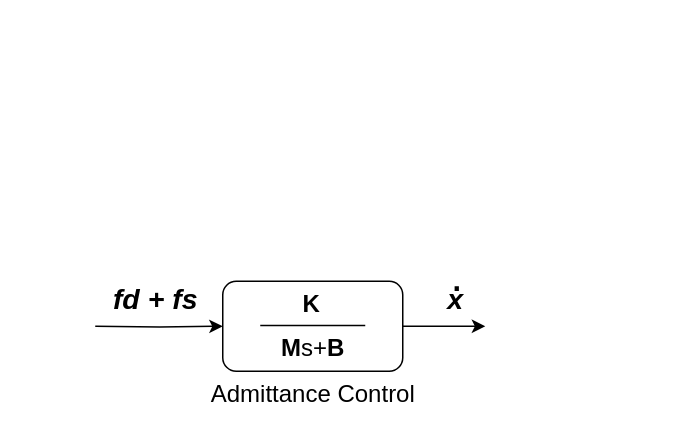
This is 009YiChan/Chan's thesis/Images/Original/admittance control.drawio from yichan0428/MS_thesis, a draw.io file, before an edit. Source tidied: cells renumbered, new cells numbered last; positions are measured from the earlier drawing's top-left corner, leaving out a move shared by most shapes. Both pictures are drawn from the tidied source at 150%, with x=0, y=0 at pixel (94, 244).
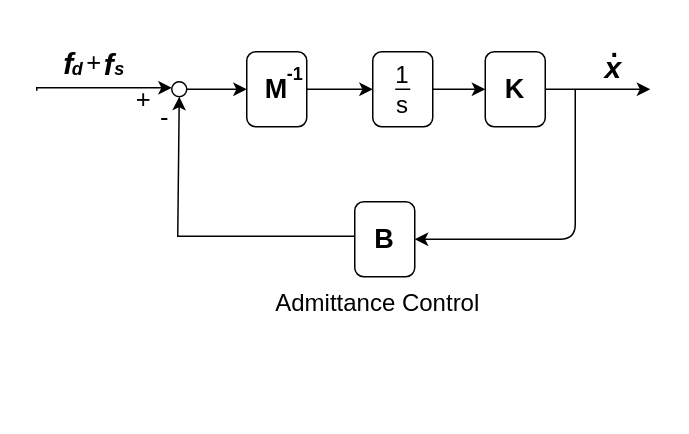
The same page after the edit.

Change to the diagram source:
```diff
@@
-    <mxCell id="2" style="edgeStyle=orthogonalEdgeStyle;rounded=0;jettySize=auto;html=1;exitX=1;exitY=0.5;exitDx=0;exitDy=0;" parent="1" edge="1" source="3">
-      <mxGeometry relative="1" as="geometry">
-        <mxPoint x="260" y="54" as="targetPoint" />
-      </mxGeometry>
-    </mxCell>
-    <mxCell id="3" style="rounded=1;whiteSpace=wrap;html=1;" parent="1" vertex="1">
-      <mxGeometry x="85" y="24" width="120" height="60" as="geometry" />
-    </mxCell>
-    <mxCell id="4" style="endArrow=none;html=1;" parent="1" edge="1">
-      <mxGeometry relative="1" as="geometry">
-        <mxPoint x="110" y="53.5" as="sourcePoint" />
-        <mxPoint x="180" y="53.5" as="targetPoint" />
-      </mxGeometry>
-    </mxCell>
-    <mxCell id="5" value="&lt;b style=&quot;font-size: 16px&quot;&gt;M&lt;/b&gt;&lt;span style=&quot;font-size: 16px&quot;&gt;s&lt;/span&gt;+&lt;b style=&quot;font-size: 16px&quot;&gt;B&lt;/b&gt;" style="text;html=1;align=center;verticalAlign=middle;strokeColor=none;fontSize=16;" parent="1" vertex="1">
-      <mxGeometry x="115" y="58" width="60" height="20" as="geometry" />
-    </mxCell>
-    <mxCell id="6" value="&lt;b&gt;K&lt;/b&gt;" style="text;html=1;align=center;verticalAlign=middle;points=[];strokeColor=none;fontSize=16;" parent="1" vertex="1">
-      <mxGeometry x="129.1" y="29" width="30" height="20" as="geometry" />
-    </mxCell>
     <mxCell id="7" value="Admittance Control" style="text;html=1;align=center;verticalAlign=middle;strokeColor=none;fontSize=16;" parent="1" vertex="1">
-      <mxGeometry x="70" y="89" width="150" height="20" as="geometry" />
+      <mxGeometry x="113" y="28" width="150" height="20" as="geometry" />
     </mxCell>
-    <mxCell id="8" style="edgeStyle=orthogonalEdgeStyle;rounded=0;jettySize=auto;html=1;entryX=0;entryY=0.5;entryDx=0;entryDy=0;" parent="1" edge="1" target="3">
+    <mxCell id="8" style="edgeStyle=orthogonalEdgeStyle;rounded=0;orthogonalLoop=1;jettySize=auto;html=1;entryX=0;entryY=0.5;entryDx=0;entryDy=0;" parent="1" edge="1">
       <mxGeometry relative="1" as="geometry">
-        <mxPoint y="54" as="sourcePoint" />
+        <mxPoint x="-39" y="-103" as="sourcePoint" />
+        <mxPoint x="51" y="-105" as="targetPoint" />
+        <Array as="points">
+          <mxPoint x="-39" y="-105" />
+        </Array>
       </mxGeometry>
     </mxCell>
-    <mxCell id="9" value="&lt;i style=&quot;font-size: 19px;&quot;&gt;&lt;b style=&quot;font-size: 19px;&quot;&gt;f&lt;span style=&quot;font-size: 19px;&quot;&gt;d +&amp;nbsp;&lt;/span&gt;&lt;/b&gt;&lt;/i&gt;&lt;i style=&quot;font-size: 19px;&quot;&gt;&lt;b style=&quot;font-size: 19px;&quot;&gt;f&lt;span style=&quot;font-size: 19px;&quot;&gt;s&lt;/span&gt;&lt;/b&gt;&lt;/i&gt;" style="text;html=1;align=center;verticalAlign=middle;strokeColor=none;fontSize=19;" parent="1" vertex="1">
-      <mxGeometry x="5" y="22" width="70" height="30" as="geometry" />
-    </mxCell>
+    <mxCell id="12" style="edgeStyle=orthogonalEdgeStyle;rounded=0;jettySize=auto;html=1;entryX=0;entryY=0.5;entryDx=0;entryDy=0;fontSize=18;" parent="1" edge="1" source="13" target="21">
+      <mxGeometry relative="1" as="geometry" />
+    </mxCell>
+    <mxCell id="13" value="&lt;b&gt;M&lt;/b&gt;" style="rounded=1;whiteSpace=wrap;html=1;fontSize=18;fontStyle=0;" parent="1" vertex="1">
+      <mxGeometry x="101" y="-129" width="40" height="50" as="geometry" />
+    </mxCell>
+    <mxCell id="14" style="endArrow=classic;html=1;fontSize=13;entryX=1;entryY=0.5;entryDx=0;entryDy=0;" parent="1" edge="1" target="16">
+      <mxGeometry relative="1" as="geometry">
+        <mxPoint x="320" y="-104" as="sourcePoint" />
+        <Array as="points">
+          <mxPoint x="320" y="-4" />
+        </Array>
+      </mxGeometry>
+    </mxCell>
+    <mxCell id="15" style="edgeStyle=orthogonalEdgeStyle;rounded=0;jettySize=auto;html=1;exitX=0;exitY=0.5;exitDx=0;exitDy=0;fontSize=13;entryX=0.5;entryY=1;entryDx=0;entryDy=0;" parent="1" edge="1" source="16" target="18">
+      <mxGeometry relative="1" as="geometry">
+        <Array as="points">
+          <mxPoint x="55" y="-6" />
+        </Array>
+      </mxGeometry>
+    </mxCell>
+    <mxCell id="16" value="&lt;b&gt;B&lt;/b&gt;" style="rounded=1;whiteSpace=wrap;html=1;fontStyle=0;fontSize=18;" parent="1" vertex="1">
+      <mxGeometry x="173" y="-29" width="40" height="50" as="geometry" />
+    </mxCell>
+    <mxCell id="17" style="edgeStyle=orthogonalEdgeStyle;rounded=0;jettySize=auto;html=1;exitX=1;exitY=0.5;exitDx=0;exitDy=0;entryX=0;entryY=0.5;entryDx=0;entryDy=0;fontSize=13;" parent="1" edge="1" source="18" target="13">
+      <mxGeometry relative="1" as="geometry" />
+    </mxCell>
+    <mxCell id="18" style="ellipse;whiteSpace=wrap;html=1;" parent="1" vertex="1">
+      <mxGeometry x="51" y="-109" width="10" height="10" as="geometry" />
+    </mxCell>
+    <mxCell id="19" value="-1" style="text;html=1;align=center;verticalAlign=middle;fontStyle=1;" parent="1" vertex="1">
+      <mxGeometry x="118" y="-124" width="30" height="20" as="geometry" />
+    </mxCell>
+    <mxCell id="11" value="." style="text;html=1;align=center;verticalAlign=middle;rounded=0;fontStyle=1;fontSize=18;" parent="1" vertex="1">
+      <mxGeometry x="336" y="-146" width="20" height="30" as="geometry" />
+    </mxCell>
-    <mxCell id="10" value="&lt;b style=&quot;font-size: 19px;&quot;&gt;&lt;i style=&quot;font-size: 19px;&quot;&gt;x&lt;/i&gt;&lt;/b&gt;" style="text;html=1;align=center;verticalAlign=middle;strokeColor=none;fontSize=19;" parent="1" vertex="1">
-      <mxGeometry x="225" y="22" width="30" height="30" as="geometry" />
+    <mxCell id="10" value="x" style="text;html=1;align=center;verticalAlign=middle;fontStyle=3;fontSize=20;" parent="1" vertex="1">
+      <mxGeometry x="330" y="-134" width="30" height="30" as="geometry" />
     </mxCell>
-    <mxCell id="11" value="." style="text;html=1;align=center;verticalAlign=middle;strokeColor=none;fontSize=30;" parent="1" vertex="1">
-      <mxGeometry x="231" width="20" height="40" as="geometry" />
-    </mxCell>
+    <mxCell id="20" style="edgeStyle=orthogonalEdgeStyle;rounded=0;jettySize=auto;html=1;exitX=1;exitY=0.5;exitDx=0;exitDy=0;entryX=0;entryY=0.5;entryDx=0;entryDy=0;" parent="1" edge="1" source="21" target="6">
+      <mxGeometry relative="1" as="geometry" />
+    </mxCell>
+    <mxCell id="21" value="1&lt;br style=&quot;font-size: 16px;&quot;&gt;s" style="rounded=1;whiteSpace=wrap;html=1;fontSize=16;fontStyle=0;" parent="1" vertex="1">
+      <mxGeometry x="185" y="-129" width="40" height="50" as="geometry" />
+    </mxCell>
+    <mxCell id="22" style="endArrow=none;html=1;fontSize=16;" parent="1" edge="1">
+      <mxGeometry relative="1" as="geometry">
+        <mxPoint x="210" y="-104" as="sourcePoint" />
+        <mxPoint x="200" y="-104" as="targetPoint" />
+      </mxGeometry>
+    </mxCell>
+    <mxCell id="23" value="+" style="text;html=1;align=center;verticalAlign=middle;fontSize=17;" parent="1" vertex="1">
+      <mxGeometry x="-16" y="-136" width="30" height="30" as="geometry" />
+    </mxCell>
+    <mxCell id="24" value="&lt;span style=&quot;font-size: 20px;&quot;&gt;f&lt;/span&gt;" style="text;html=1;align=center;verticalAlign=middle;fontSize=20;fontStyle=3;" parent="1" vertex="1">
+      <mxGeometry x="-1" y="-136" width="20" height="30" as="geometry" />
+    </mxCell>
+    <mxCell id="25" value="&lt;span style=&quot;font-size: 20px;&quot;&gt;f&lt;/span&gt;" style="text;html=1;align=center;verticalAlign=middle;fontSize=20;fontStyle=3;" parent="1" vertex="1">
+      <mxGeometry x="-28" y="-137" width="20" height="30" as="geometry" />
+    </mxCell>
+    <mxCell id="26" value="&lt;span style=&quot;font-size: 12px;&quot;&gt;d&lt;/span&gt;" style="text;html=1;align=center;verticalAlign=middle;fontSize=12;fontStyle=3;" parent="1" vertex="1">
+      <mxGeometry x="-22" y="-127.5" width="20" height="20" as="geometry" />
+    </mxCell>
+    <mxCell id="27" value="&lt;span style=&quot;font-size: 12px&quot;&gt;s&lt;/span&gt;" style="text;html=1;align=center;verticalAlign=middle;fontSize=15;fontStyle=3;" parent="1" vertex="1">
+      <mxGeometry x="6" y="-129" width="20" height="20" as="geometry" />
+    </mxCell>
+    <mxCell id="28" value="-" style="text;html=1;align=center;verticalAlign=middle;fontSize=17;" parent="1" vertex="1">
+      <mxGeometry x="36" y="-99" width="20" height="30" as="geometry" />
+    </mxCell>
+    <mxCell id="29" value="+" style="text;html=1;align=center;verticalAlign=middle;fontSize=17;" parent="1" vertex="1">
+      <mxGeometry x="17" y="-111" width="30" height="30" as="geometry" />
+    </mxCell>
+    <mxCell id="30" style="edgeStyle=orthogonalEdgeStyle;rounded=0;jettySize=auto;html=1;exitX=1;exitY=0.5;exitDx=0;exitDy=0;" parent="1" edge="1" source="6">
+      <mxGeometry relative="1" as="geometry">
+        <mxPoint x="370" y="-104" as="targetPoint" />
+      </mxGeometry>
+    </mxCell>
+    <mxCell id="6" value="&lt;b&gt;K&lt;/b&gt;" style="rounded=1;whiteSpace=wrap;html=1;fontStyle=0;fontSize=18;" parent="1" vertex="1">
+      <mxGeometry x="260" y="-129" width="40" height="50" as="geometry" />
+    </mxCell>
```
